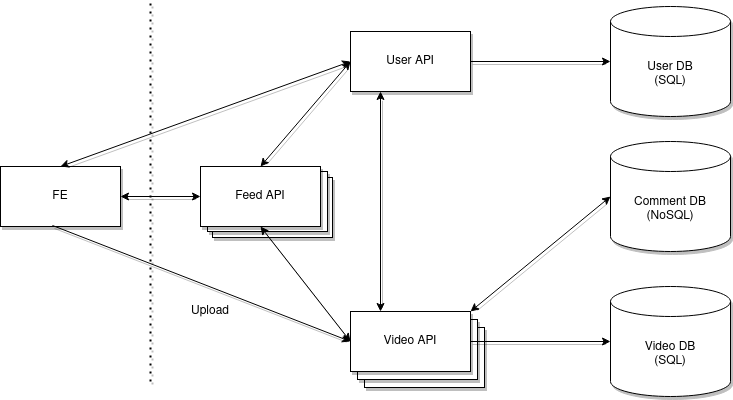
This is Hipstergram.png from RSO-projekt-2020/project-scheme, a draw.io export, as it was before one commit. Source tidied: cells renumbered, new cells last; positions are measured from the earlier drawing's top-left corner, leaving out a move shared by most shapes.
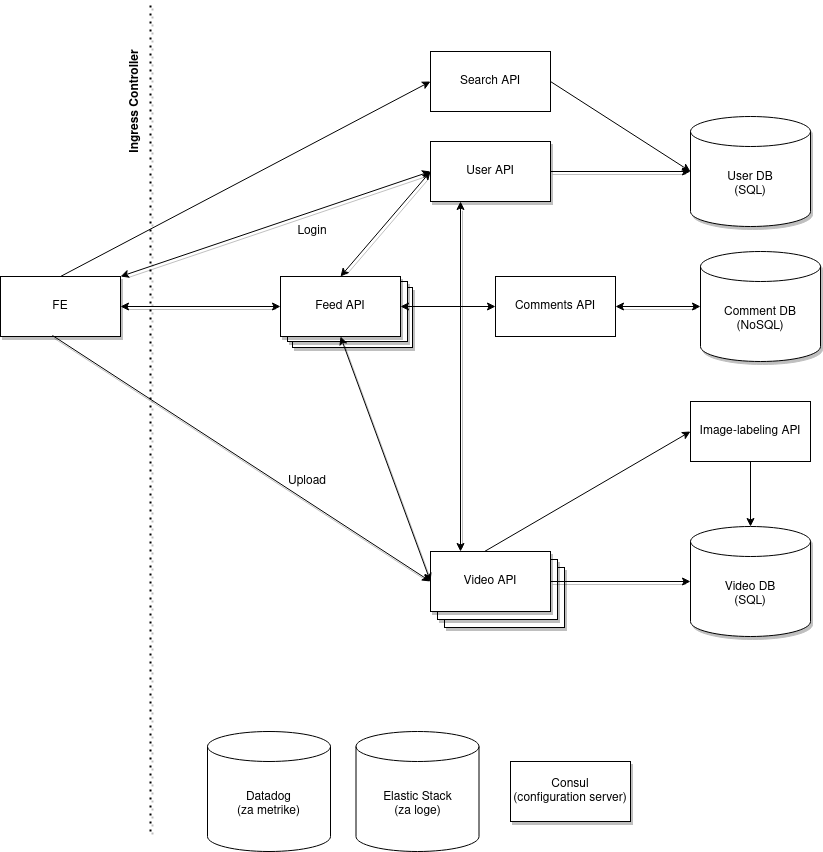
After the change.

Change to the diagram source:
```diff
@@ -2,76 +2,115 @@
   <root>
     <mxCell id="0" />
     <mxCell id="1" parent="0" />
-    <mxCell id="2" value="&lt;div&gt;Video API&lt;br&gt;&lt;/div&gt;" style="rounded=0;whiteSpace=wrap;html=1;shadow=1;" parent="1" vertex="1">
-      <mxGeometry x="364" y="326" width="120" height="60" as="geometry" />
-    </mxCell>
-    <mxCell id="3" value="Feed API" style="rounded=0;whiteSpace=wrap;html=1;shadow=1;" parent="1" vertex="1">
-      <mxGeometry x="212" y="176" width="120" height="60" as="geometry" />
-    </mxCell>
-    <mxCell id="4" value="&lt;div&gt;Video API&lt;br&gt;&lt;/div&gt;" style="rounded=0;whiteSpace=wrap;html=1;shadow=1;" parent="1" vertex="1">
-      <mxGeometry x="357" y="318" width="120" height="60" as="geometry" />
-    </mxCell>
+    <mxCell id="24" value="&lt;div&gt;Video API&lt;br&gt;&lt;/div&gt;" style="rounded=0;whiteSpace=wrap;html=1;shadow=1;" parent="1" vertex="1">
+      <mxGeometry x="444" y="456" width="120" height="60" as="geometry" />
+    </mxCell>
+    <mxCell id="25" value="Feed API" style="rounded=0;whiteSpace=wrap;html=1;shadow=1;" parent="1" vertex="1">
+      <mxGeometry x="292" y="176" width="120" height="60" as="geometry" />
+    </mxCell>
+    <mxCell id="26" value="&lt;div&gt;Video API&lt;br&gt;&lt;/div&gt;" style="rounded=0;whiteSpace=wrap;html=1;shadow=1;" parent="1" vertex="1">
+      <mxGeometry x="437" y="448" width="120" height="60" as="geometry" />
+    </mxCell>
     <mxCell id="5" style="edgeStyle=orthogonalEdgeStyle;rounded=0;jettySize=auto;html=1;exitX=1;exitY=0.5;exitDx=0;exitDy=0;entryX=0;entryY=0.5;entryDx=0;entryDy=0;entryPerimeter=0;shadow=1;" parent="1" edge="1" source="6" target="12">
       <mxGeometry relative="1" as="geometry" />
     </mxCell>
     <mxCell id="6" value="&lt;div&gt;User API&lt;br&gt;&lt;/div&gt;" style="rounded=0;whiteSpace=wrap;html=1;shadow=1;" parent="1" vertex="1">
-      <mxGeometry x="350" y="30" width="120" height="60" as="geometry" />
+      <mxGeometry x="430" y="30" width="120" height="60" as="geometry" />
     </mxCell>
-    <mxCell id="7" style="endArrow=none;dashed=1;html=1;dashPattern=1 3;strokeWidth=2;shadow=1;" parent="1" edge="1">
-      <mxGeometry relative="1" as="geometry">
-        <mxPoint x="150" y="380" as="sourcePoint" />
-        <mxPoint x="150" as="targetPoint" />
-      </mxGeometry>
-    </mxCell>
+    <mxCell id="27" style="endArrow=none;dashed=1;html=1;dashPattern=1 3;strokeWidth=2;shadow=1;" parent="1" edge="1">
+      <mxGeometry relative="1" as="geometry">
+        <mxPoint x="150" y="720" as="sourcePoint" />
+        <mxPoint x="150" y="-110" as="targetPoint" />
+      </mxGeometry>
+    </mxCell>
     <mxCell id="8" value="FE" style="rounded=0;whiteSpace=wrap;html=1;shadow=1;" parent="1" vertex="1">
       <mxGeometry y="165" width="120" height="60" as="geometry" />
     </mxCell>
-    <mxCell id="9" style="edgeStyle=orthogonalEdgeStyle;rounded=0;jettySize=auto;html=1;exitX=1;exitY=0.5;exitDx=0;exitDy=0;entryX=0;entryY=0.5;entryDx=0;entryDy=0;entryPerimeter=0;shadow=1;" parent="1" edge="1" source="10" target="11">
-      <mxGeometry relative="1" as="geometry" />
-    </mxCell>
-    <mxCell id="10" value="&lt;div&gt;Video API&lt;br&gt;&lt;/div&gt;" style="rounded=0;whiteSpace=wrap;html=1;shadow=1;" parent="1" vertex="1">
-      <mxGeometry x="350" y="310" width="120" height="60" as="geometry" />
-    </mxCell>
+    <mxCell id="28" style="edgeStyle=orthogonalEdgeStyle;rounded=0;jettySize=auto;html=1;exitX=1;exitY=0.5;exitDx=0;exitDy=0;entryX=0;entryY=0.5;entryDx=0;entryDy=0;entryPerimeter=0;shadow=1;" parent="1" edge="1" source="29" target="11">
+      <mxGeometry relative="1" as="geometry" />
+    </mxCell>
+    <mxCell id="29" value="&lt;div&gt;Video API&lt;br&gt;&lt;/div&gt;" style="rounded=0;whiteSpace=wrap;html=1;shadow=1;" parent="1" vertex="1">
+      <mxGeometry x="430" y="440" width="120" height="60" as="geometry" />
+    </mxCell>
     <mxCell id="11" value="&lt;div&gt;Video DB&lt;/div&gt;(SQL)" style="shape=cylinder3;whiteSpace=wrap;html=1;boundedLbl=1;backgroundOutline=1;size=15;shadow=1;" parent="1" vertex="1">
-      <mxGeometry x="610" y="285" width="120" height="110" as="geometry" />
+      <mxGeometry x="690" y="415" width="120" height="110" as="geometry" />
     </mxCell>
     <mxCell id="12" value="&lt;div&gt;User DB&lt;/div&gt;(SQL)" style="shape=cylinder3;whiteSpace=wrap;html=1;boundedLbl=1;backgroundOutline=1;size=15;shadow=1;" parent="1" vertex="1">
-      <mxGeometry x="610" y="5" width="120" height="110" as="geometry" />
+      <mxGeometry x="690" y="5" width="120" height="110" as="geometry" />
     </mxCell>
     <mxCell id="13" value="&lt;div&gt;Comment DB&lt;br&gt;(NoSQL)&lt;br&gt;&lt;/div&gt;" style="shape=cylinder3;whiteSpace=wrap;html=1;boundedLbl=1;backgroundOutline=1;size=15;shadow=1;" parent="1" vertex="1">
-      <mxGeometry x="610" y="140" width="120" height="110" as="geometry" />
+      <mxGeometry x="700" y="140" width="120" height="110" as="geometry" />
     </mxCell>
-    <mxCell id="14" style="endArrow=classic;startArrow=classic;html=1;entryX=0.25;entryY=1;entryDx=0;entryDy=0;exitX=0.25;exitY=0;exitDx=0;exitDy=0;shadow=1;" parent="1" edge="1" source="10" target="6">
-      <mxGeometry relative="1" as="geometry" />
-    </mxCell>
-    <mxCell id="15" style="endArrow=classic;startArrow=classic;html=1;entryX=0;entryY=0.5;entryDx=0;entryDy=0;exitX=1;exitY=0;exitDx=0;exitDy=0;entryPerimeter=0;shadow=1;" parent="1" edge="1" source="10" target="13">
-      <mxGeometry relative="1" as="geometry" />
-    </mxCell>
-    <mxCell id="16" style="endArrow=classic;startArrow=classic;html=1;entryX=0;entryY=0.5;entryDx=0;entryDy=0;exitX=0.5;exitY=0;exitDx=0;exitDy=0;shadow=1;" parent="1" edge="1" source="20" target="6">
-      <mxGeometry relative="1" as="geometry" />
-    </mxCell>
-    <mxCell id="17" style="endArrow=classic;startArrow=classic;html=1;entryX=0;entryY=0.5;entryDx=0;entryDy=0;exitX=1;exitY=0.5;exitDx=0;exitDy=0;shadow=1;" parent="1" edge="1" source="8" target="20">
-      <mxGeometry relative="1" as="geometry" />
-    </mxCell>
-    <mxCell id="18" style="endArrow=classic;startArrow=classic;html=1;exitX=0.5;exitY=0;exitDx=0;exitDy=0;shadow=1;" parent="1" edge="1" source="8">
-      <mxGeometry relative="1" as="geometry">
-        <mxPoint x="350" y="60" as="targetPoint" />
-      </mxGeometry>
-    </mxCell>
-    <mxCell id="19" value="Feed API" style="rounded=0;whiteSpace=wrap;html=1;shadow=1;" parent="1" vertex="1">
-      <mxGeometry x="207" y="170" width="120" height="60" as="geometry" />
-    </mxCell>
-    <mxCell id="20" value="Feed API" style="rounded=0;whiteSpace=wrap;html=1;shadow=1;" parent="1" vertex="1">
-      <mxGeometry x="200" y="165" width="120" height="60" as="geometry" />
-    </mxCell>
-    <mxCell id="21" style="endArrow=classic;startArrow=classic;html=1;entryX=0;entryY=0.5;entryDx=0;entryDy=0;exitX=0.5;exitY=1;exitDx=0;exitDy=0;shadow=1;" parent="1" edge="1" source="20" target="10">
-      <mxGeometry relative="1" as="geometry" />
-    </mxCell>
-    <mxCell id="22" style="endArrow=classic;html=1;exitX=0.433;exitY=0.983;exitDx=0;exitDy=0;exitPerimeter=0;entryX=0;entryY=0.5;entryDx=0;entryDy=0;shadow=1;" parent="1" edge="1" source="8" target="10">
-      <mxGeometry relative="1" as="geometry" />
-    </mxCell>
+    <mxCell id="30" style="endArrow=classic;startArrow=classic;html=1;entryX=0.25;entryY=1;entryDx=0;entryDy=0;exitX=0.25;exitY=0;exitDx=0;exitDy=0;shadow=1;" parent="1" edge="1" source="29" target="6">
+      <mxGeometry relative="1" as="geometry" />
+    </mxCell>
+    <mxCell id="31" style="endArrow=classic;startArrow=classic;html=1;entryX=0;entryY=0.5;entryDx=0;entryDy=0;exitX=1;exitY=0.5;exitDx=0;exitDy=0;entryPerimeter=0;shadow=1;" parent="1" edge="1" source="41" target="13">
+      <mxGeometry relative="1" as="geometry" />
+    </mxCell>
+    <mxCell id="32" style="endArrow=classic;startArrow=classic;html=1;entryX=0;entryY=0.5;entryDx=0;entryDy=0;exitX=0.5;exitY=0;exitDx=0;exitDy=0;shadow=1;" parent="1" edge="1" source="36" target="6">
+      <mxGeometry relative="1" as="geometry" />
+    </mxCell>
+    <mxCell id="33" style="endArrow=classic;startArrow=classic;html=1;entryX=0;entryY=0.5;entryDx=0;entryDy=0;exitX=1;exitY=0.5;exitDx=0;exitDy=0;shadow=1;" parent="1" edge="1" source="8" target="36">
+      <mxGeometry relative="1" as="geometry" />
+    </mxCell>
+    <mxCell id="34" style="endArrow=classic;startArrow=classic;html=1;exitX=1;exitY=0;exitDx=0;exitDy=0;shadow=1;" parent="1" edge="1" source="8">
+      <mxGeometry relative="1" as="geometry">
+        <mxPoint x="430" y="60" as="targetPoint" />
+      </mxGeometry>
+    </mxCell>
+    <mxCell id="35" value="Feed API" style="rounded=0;whiteSpace=wrap;html=1;shadow=1;" parent="1" vertex="1">
+      <mxGeometry x="287" y="170" width="120" height="60" as="geometry" />
+    </mxCell>
+    <mxCell id="36" value="Feed API" style="rounded=0;whiteSpace=wrap;html=1;shadow=1;" parent="1" vertex="1">
+      <mxGeometry x="280" y="165" width="120" height="60" as="geometry" />
+    </mxCell>
+    <mxCell id="37" style="endArrow=classic;startArrow=classic;html=1;entryX=0;entryY=0.5;entryDx=0;entryDy=0;exitX=0.5;exitY=1;exitDx=0;exitDy=0;shadow=1;" parent="1" edge="1" source="36" target="29">
+      <mxGeometry relative="1" as="geometry" />
+    </mxCell>
+    <mxCell id="38" style="endArrow=classic;html=1;exitX=0.433;exitY=0.983;exitDx=0;exitDy=0;exitPerimeter=0;entryX=0;entryY=0.5;entryDx=0;entryDy=0;shadow=1;" parent="1" edge="1" source="8" target="29">
+      <mxGeometry relative="1" as="geometry" />
+    </mxCell>
     <mxCell id="23" value="Upload" style="text;html=1;strokeColor=none;fillColor=none;align=center;verticalAlign=middle;whiteSpace=wrap;rounded=0;shadow=1;" parent="1" vertex="1">
-      <mxGeometry x="190" y="300" width="40" height="20" as="geometry" />
+      <mxGeometry x="287" y="360" width="40" height="20" as="geometry" />
     </mxCell>
+    <mxCell id="39" value="Search API" style="rounded=0;whiteSpace=wrap;html=1;" parent="1" vertex="1">
+      <mxGeometry x="430" y="-60" width="120" height="60" as="geometry" />
+    </mxCell>
+    <mxCell id="40" value="&lt;div&gt;Image-labeling API&lt;/div&gt;" style="rounded=0;whiteSpace=wrap;html=1;" parent="1" vertex="1">
+      <mxGeometry x="690" y="290" width="120" height="60" as="geometry" />
+    </mxCell>
+    <mxCell id="41" value="Comments API" style="rounded=0;whiteSpace=wrap;html=1;" parent="1" vertex="1">
+      <mxGeometry x="495" y="165" width="120" height="60" as="geometry" />
+    </mxCell>
+    <mxCell id="42" style="endArrow=classic;startArrow=classic;html=1;exitX=1;exitY=0.5;exitDx=0;exitDy=0;entryX=0;entryY=0.5;entryDx=0;entryDy=0;" parent="1" edge="1" source="36" target="41">
+      <mxGeometry relative="1" as="geometry" />
+    </mxCell>
+    <mxCell id="43" style="endArrow=classic;html=1;entryX=0;entryY=0.5;entryDx=0;entryDy=0;exitX=0.45;exitY=0;exitDx=0;exitDy=0;exitPerimeter=0;" parent="1" edge="1" source="29" target="40">
+      <mxGeometry relative="1" as="geometry" />
+    </mxCell>
+    <mxCell id="44" style="endArrow=classic;html=1;entryX=0.5;entryY=0;entryDx=0;entryDy=0;entryPerimeter=0;exitX=0.5;exitY=1;exitDx=0;exitDy=0;" parent="1" edge="1" source="40" target="11">
+      <mxGeometry relative="1" as="geometry" />
+    </mxCell>
+    <mxCell id="45" style="endArrow=classic;html=1;entryX=0;entryY=0.5;entryDx=0;entryDy=0;exitX=0.5;exitY=0;exitDx=0;exitDy=0;" parent="1" edge="1" source="8" target="39">
+      <mxGeometry relative="1" as="geometry" />
+    </mxCell>
+    <mxCell id="46" style="endArrow=classic;html=1;exitX=1;exitY=0.5;exitDx=0;exitDy=0;entryX=0;entryY=0.5;entryDx=0;entryDy=0;entryPerimeter=0;" parent="1" edge="1" source="39" target="12">
+      <mxGeometry relative="1" as="geometry" />
+    </mxCell>
+    <mxCell id="47" value="Login" style="text;html=1;strokeColor=none;fillColor=none;align=center;verticalAlign=middle;whiteSpace=wrap;rounded=0;" parent="1" vertex="1">
+      <mxGeometry x="292" y="110" width="40" height="20" as="geometry" />
+    </mxCell>
+    <mxCell id="48" value="&lt;div&gt;Datadog&lt;/div&gt;(za metrike)" style="shape=cylinder3;whiteSpace=wrap;html=1;boundedLbl=1;backgroundOutline=1;size=15;" parent="1" vertex="1">
+      <mxGeometry x="207" y="620" width="123" height="120" as="geometry" />
+    </mxCell>
+    <mxCell id="49" value="&lt;div&gt;Elastic Stack&lt;br&gt;&lt;/div&gt;(za loge)" style="shape=cylinder3;whiteSpace=wrap;html=1;boundedLbl=1;backgroundOutline=1;size=15;" parent="1" vertex="1">
+      <mxGeometry x="355.5" y="620" width="123" height="120" as="geometry" />
+    </mxCell>
+    <mxCell id="50" value="&lt;div&gt;Consul&lt;/div&gt;(configuration server)" style="rounded=0;whiteSpace=wrap;html=1;shadow=1;" parent="1" vertex="1">
+      <mxGeometry x="510" y="650" width="120" height="60" as="geometry" />
+    </mxCell>
+    <mxCell id="51" value="Ingress Controller" style="text;html=1;strokeColor=none;fillColor=none;align=center;verticalAlign=middle;whiteSpace=wrap;rounded=0;rotation=-90;fontStyle=1;" parent="1" vertex="1">
+      <mxGeometry x="40" y="-20" width="190" height="20" as="geometry" />
+    </mxCell>
   </root>
 </mxGraphModel>
```
